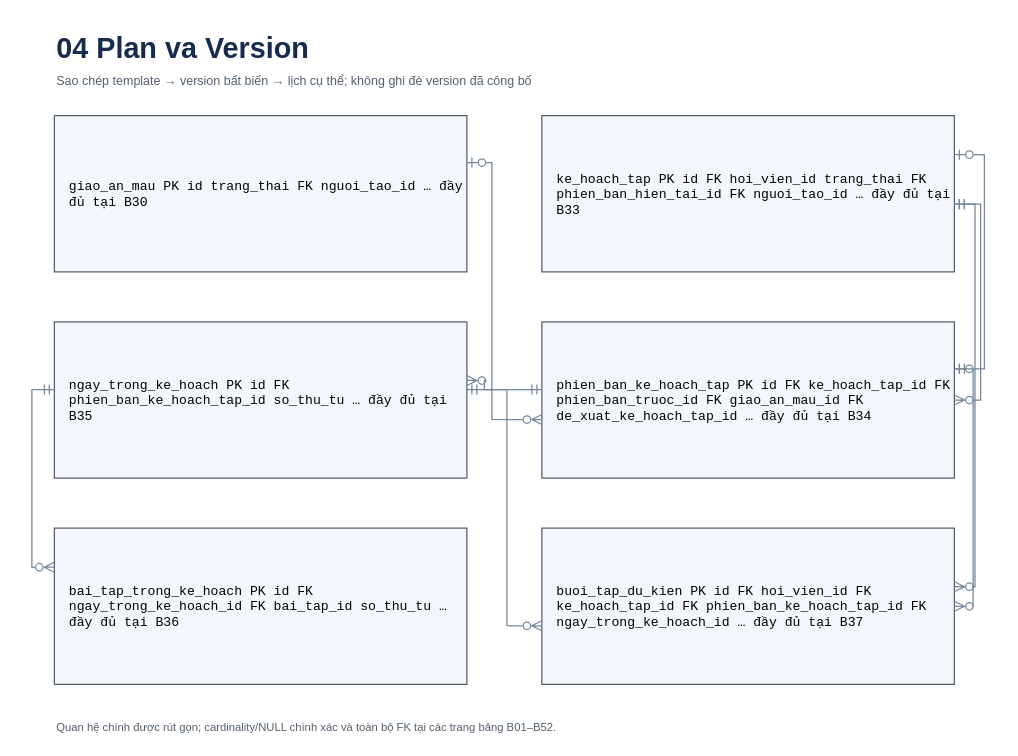
Earlier version of the draw.io diagram page "04 Plan va Version" (5 of 60) of docs/thiet_ke_co_so_du_lieu/smart_fitness_erd.drawio (Tr0ond/Smart-Fitness-Platform). Source tidied: cells renumbered, new cells numbered last; positions are measured from the earlier drawing's top-left corner, leaving out a move shared by most shapes. Both pictures are drawn from the tidied source at 125%, with x=0, y=0 at pixel (31, 21).
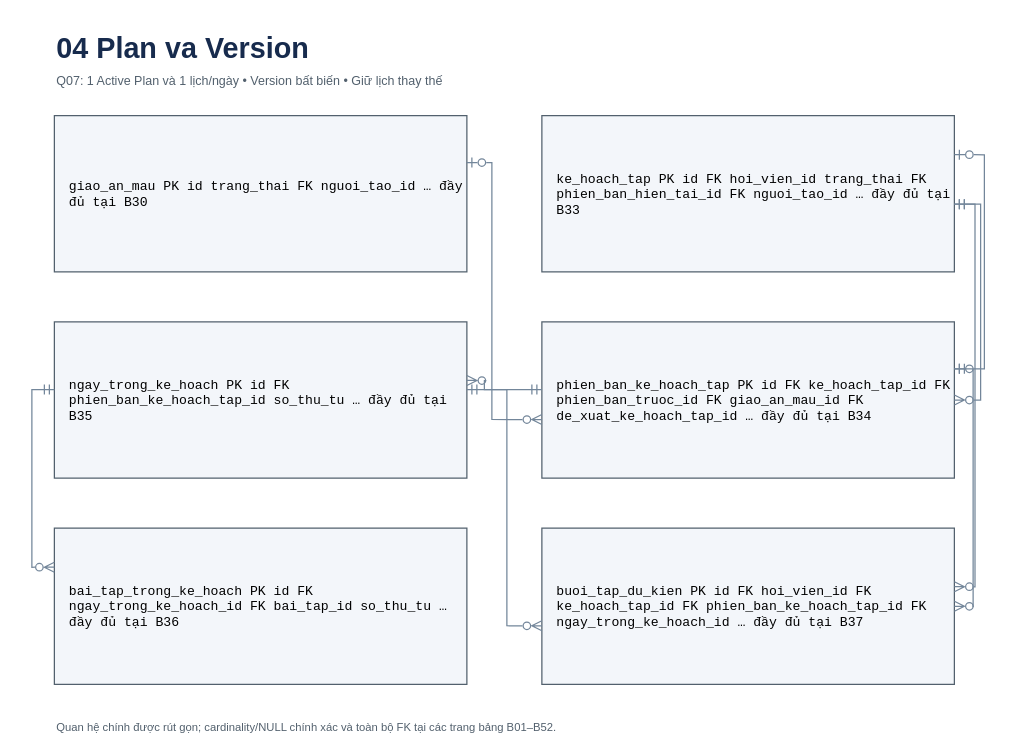
After the change.

What changed in the source:
```diff
@@
-    <mxCell id="3" value="Sao chép template → version bất biến → lịch cụ thể; không ghi đè version đã công bố" style="text;align=left;fontSize=10;fontColor=#52606d;" parent="1" vertex="1">
+    <mxCell id="3" value="Q07: 1 Active Plan và 1 lịch/ngày • Version bất biến • Giữ lịch thay thế" style="text;align=left;fontSize=10;fontColor=#52606d;" parent="1" vertex="1">
       <mxGeometry x="18" y="35" width="720" height="24" as="geometry" />
     </mxCell>
```
